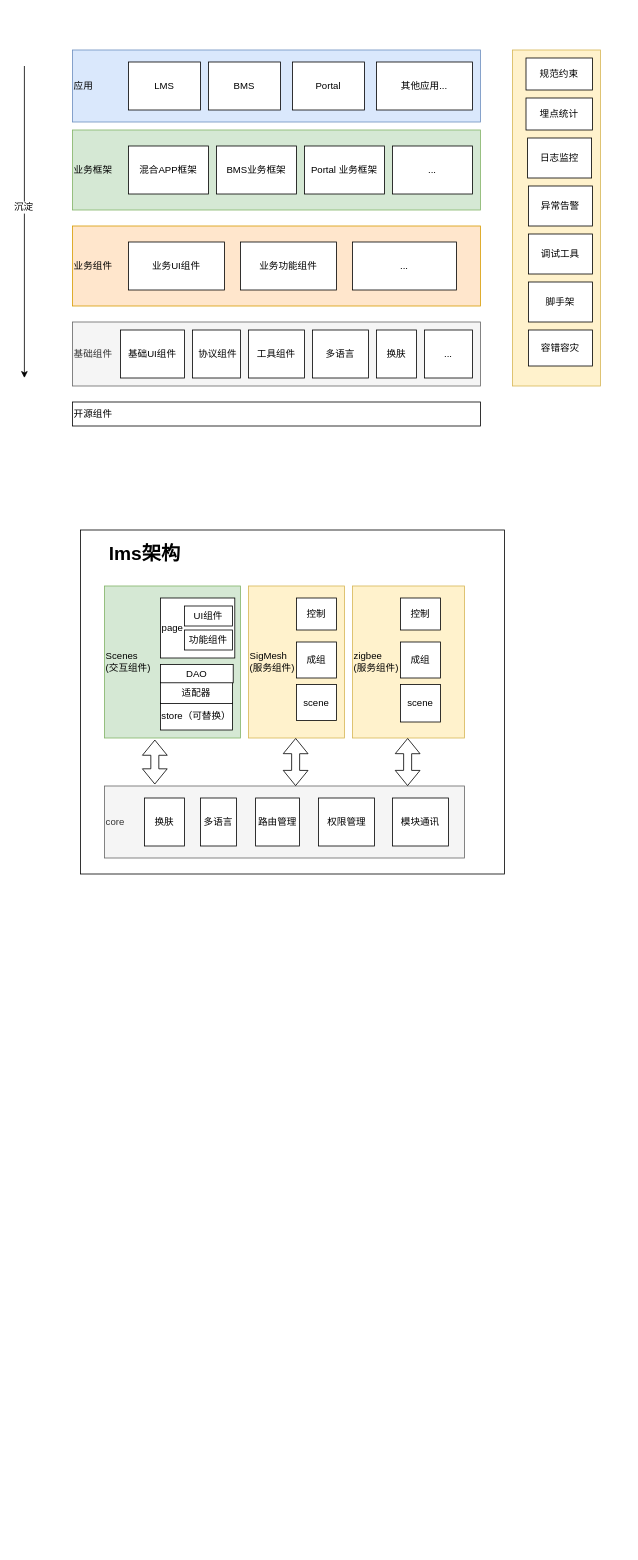
The draw.io diagram Untitled Diagram.drawio in zechau/demos, before the edit. Source tidied: cells renumbered, new cells numbered last; positions are measured from the earlier drawing's top-left corner, leaving out a move shared by most shapes. Both pictures are drawn from the tidied source at 80%, with x=0, y=0 at pixel (24, 50).
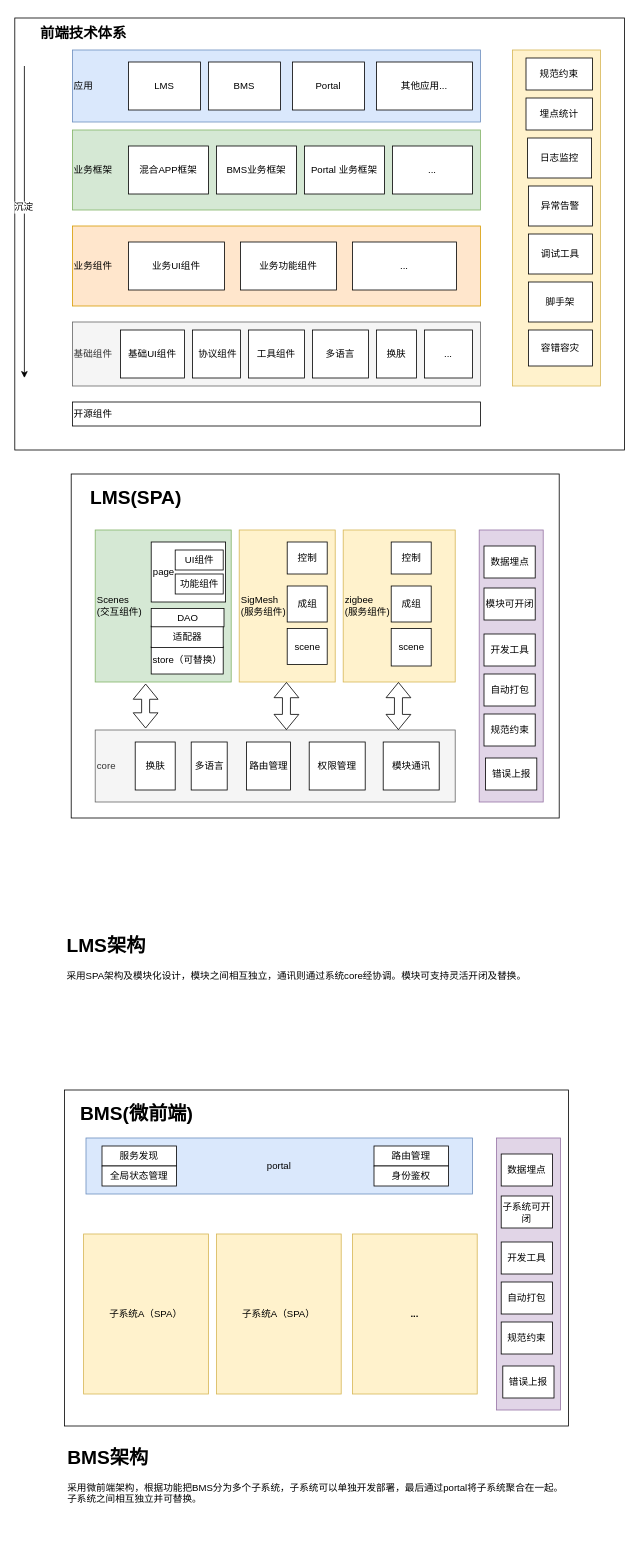
The same page after the edit.

The edit, as a diff of the source:
```diff
@@
-    <mxCell id="2" style="rounded=0;whiteSpace=wrap;html=1;" parent="1" vertex="1">
-      <mxGeometry x="70" y="600" width="530" height="430" as="geometry" />
-    </mxCell>
+    <mxCell id="60" style="rounded=0;whiteSpace=wrap;html=1;" parent="1" vertex="1">
+      <mxGeometry x="-12" y="-40" width="762" height="540" as="geometry" />
+    </mxCell>
@@
+    <mxCell id="47" value="容错容灾" style="rounded=0;whiteSpace=wrap;html=1;" parent="1" vertex="1">
+      <mxGeometry x="630" y="350" width="80" height="45" as="geometry" />
+    </mxCell>
+    <mxCell id="61" style="rounded=0;whiteSpace=wrap;html=1;" parent="1" vertex="1">
+      <mxGeometry x="50" y="1300" width="630" height="420" as="geometry" />
+    </mxCell>
+    <mxCell id="62" value="BMS(微前端)" style="text;strokeColor=none;fillColor=none;html=1;fontSize=24;fontStyle=1;verticalAlign=middle;align=center;" parent="1" vertex="1">
+      <mxGeometry x="90" y="1310" width="100" height="40" as="geometry" />
+    </mxCell>
+    <mxCell id="63" value="portal" style="rounded=0;whiteSpace=wrap;html=1;fillColor=#dae8fc;strokeColor=#6c8ebf;" parent="1" vertex="1">
+      <mxGeometry x="77" y="1360" width="483" height="70" as="geometry" />
+    </mxCell>
+    <mxCell id="64" value="服务发现" style="rounded=0;whiteSpace=wrap;html=1;" parent="1" vertex="1">
+      <mxGeometry x="97" y="1370" width="93" height="25" as="geometry" />
+    </mxCell>
+    <mxCell id="65" value="全局状态管理" style="rounded=0;whiteSpace=wrap;html=1;" parent="1" vertex="1">
+      <mxGeometry x="97" y="1395" width="93" height="25" as="geometry" />
+    </mxCell>
+    <mxCell id="66" value="路由管理" style="rounded=0;whiteSpace=wrap;html=1;" parent="1" vertex="1">
+      <mxGeometry x="437" y="1370" width="93" height="25" as="geometry" />
+    </mxCell>
+    <mxCell id="67" value="身份鉴权" style="rounded=0;whiteSpace=wrap;html=1;" parent="1" vertex="1">
+      <mxGeometry x="437" y="1395" width="93" height="25" as="geometry" />
+    </mxCell>
+    <mxCell id="68" value="子系统A（SPA）" style="rounded=0;whiteSpace=wrap;html=1;fillColor=#fff2cc;strokeColor=#d6b656;" parent="1" vertex="1">
+      <mxGeometry x="74" y="1480" width="156" height="200" as="geometry" />
+    </mxCell>
+    <mxCell id="69" value="子系统A（SPA）" style="rounded=0;whiteSpace=wrap;html=1;fillColor=#fff2cc;strokeColor=#d6b656;" parent="1" vertex="1">
+      <mxGeometry x="240" y="1480" width="156" height="200" as="geometry" />
+    </mxCell>
+    <mxCell id="70" value="&lt;b&gt;...&lt;/b&gt;" style="rounded=0;whiteSpace=wrap;html=1;fillColor=#fff2cc;strokeColor=#d6b656;" parent="1" vertex="1">
+      <mxGeometry x="410" y="1480" width="156" height="200" as="geometry" />
+    </mxCell>
+    <mxCell id="71" style="rounded=0;whiteSpace=wrap;html=1;fillColor=#e1d5e7;strokeColor=#9673a6;" parent="1" vertex="1">
+      <mxGeometry x="590" y="1360" width="80" height="340" as="geometry" />
+    </mxCell>
+    <mxCell id="72" value="数据埋点" style="rounded=0;whiteSpace=wrap;html=1;" parent="1" vertex="1">
+      <mxGeometry x="596" y="1380" width="64" height="40" as="geometry" />
+    </mxCell>
+    <mxCell id="73" value="子系统可开闭" style="rounded=0;whiteSpace=wrap;html=1;" parent="1" vertex="1">
+      <mxGeometry x="596" y="1432.5" width="64" height="40" as="geometry" />
+    </mxCell>
+    <mxCell id="74" value="开发工具" style="rounded=0;whiteSpace=wrap;html=1;" parent="1" vertex="1">
+      <mxGeometry x="596" y="1490" width="64" height="40" as="geometry" />
+    </mxCell>
+    <mxCell id="75" value="自动打包" style="rounded=0;whiteSpace=wrap;html=1;" parent="1" vertex="1">
+      <mxGeometry x="596" y="1540" width="64" height="40" as="geometry" />
+    </mxCell>
+    <mxCell id="76" value="规范约束" style="rounded=0;whiteSpace=wrap;html=1;" parent="1" vertex="1">
+      <mxGeometry x="596" y="1590" width="64" height="40" as="geometry" />
+    </mxCell>
+    <mxCell id="77" value="错误上报" style="rounded=0;whiteSpace=wrap;html=1;" parent="1" vertex="1">
+      <mxGeometry x="598" y="1645" width="64" height="40" as="geometry" />
+    </mxCell>
+    <mxCell id="78" value="&lt;h1&gt;BMS架构&lt;/h1&gt;&lt;p&gt;采用微前端架构，根据功能把BMS分为多个子系统，子系统可以单独开发部署，最后通过portal将子系统聚合在一起。子系统之间相互独立并可替换。&lt;/p&gt;" style="text;html=1;strokeColor=none;fillColor=none;spacing=5;spacingTop=-20;whiteSpace=wrap;overflow=hidden;rounded=0;" parent="1" vertex="1">
+      <mxGeometry x="49" y="1740" width="632" height="130" as="geometry" />
+    </mxCell>
+    <mxCell id="79" style="rounded=0;whiteSpace=wrap;html=1;" parent="1" vertex="1">
+      <mxGeometry x="58.5" y="530" width="610" height="430" as="geometry" />
+    </mxCell>
     <mxCell id="34" value="Scenes&lt;br&gt;(交互组件)" style="rounded=0;whiteSpace=wrap;html=1;align=left;fillColor=#d5e8d4;strokeColor=#82b366;" parent="1" vertex="1">
-      <mxGeometry x="100" y="670" width="170" height="190" as="geometry" />
+      <mxGeometry x="88.5" y="600" width="170" height="190" as="geometry" />
     </mxCell>
     <mxCell id="35" value="page" style="rounded=0;whiteSpace=wrap;html=1;align=left;" parent="1" vertex="1">
-      <mxGeometry x="170" y="685" width="93" height="75" as="geometry" />
+      <mxGeometry x="158.5" y="615" width="93" height="75" as="geometry" />
     </mxCell>
     <mxCell id="36" value="core" style="rounded=0;whiteSpace=wrap;html=1;shadow=0;align=left;fillColor=#f5f5f5;strokeColor=#666666;fontColor=#333333;" parent="1" vertex="1">
-      <mxGeometry x="100" y="920" width="450" height="90" as="geometry" />
+      <mxGeometry x="88.5" y="850" width="450" height="90" as="geometry" />
     </mxCell>
     <mxCell id="37" value="SigMesh&lt;br&gt;(服务组件)" style="rounded=0;whiteSpace=wrap;html=1;align=left;fillColor=#fff2cc;strokeColor=#d6b656;" parent="1" vertex="1">
-      <mxGeometry x="280" y="670" width="120" height="190" as="geometry" />
+      <mxGeometry x="268.5" y="600" width="120" height="190" as="geometry" />
     </mxCell>
-    <mxCell id="38" value="控制" style="rounded=0;whiteSpace=wrap;html=1;shadow=0;glass=0;comic=0;" parent="1" vertex="1">
-      <mxGeometry x="340" y="685" width="50" height="40" as="geometry" />
-    </mxCell>
-    <mxCell id="39" value="成组" style="rounded=0;whiteSpace=wrap;html=1;shadow=0;glass=0;comic=0;" parent="1" vertex="1">
-      <mxGeometry x="340" y="740" width="50" height="45" as="geometry" />
-    </mxCell>
-    <mxCell id="40" value="scene" style="rounded=0;whiteSpace=wrap;html=1;shadow=0;glass=0;comic=0;" parent="1" vertex="1">
-      <mxGeometry x="340" y="793" width="50" height="45" as="geometry" />
-    </mxCell>
+    <mxCell id="80" value="控制" style="rounded=0;whiteSpace=wrap;html=1;shadow=0;glass=0;comic=0;" parent="1" vertex="1">
+      <mxGeometry x="328.5" y="615" width="50" height="40" as="geometry" />
+    </mxCell>
+    <mxCell id="81" value="成组" style="rounded=0;whiteSpace=wrap;html=1;shadow=0;glass=0;comic=0;" parent="1" vertex="1">
+      <mxGeometry x="328.5" y="670" width="50" height="45" as="geometry" />
+    </mxCell>
+    <mxCell id="82" value="scene" style="rounded=0;whiteSpace=wrap;html=1;shadow=0;glass=0;comic=0;" parent="1" vertex="1">
+      <mxGeometry x="328.5" y="723" width="50" height="45" as="geometry" />
+    </mxCell>
     <mxCell id="41" value="换肤" style="rounded=0;whiteSpace=wrap;html=1;shadow=0;glass=0;comic=0;" parent="1" vertex="1">
-      <mxGeometry x="150" y="935" width="50" height="60" as="geometry" />
+      <mxGeometry x="138.5" y="865" width="50" height="60" as="geometry" />
     </mxCell>
     <mxCell id="42" value="多语言" style="rounded=0;whiteSpace=wrap;html=1;shadow=0;glass=0;comic=0;" parent="1" vertex="1">
-      <mxGeometry x="220" y="935" width="45" height="60" as="geometry" />
+      <mxGeometry x="208.5" y="865" width="45" height="60" as="geometry" />
     </mxCell>
     <mxCell id="43" value="zigbee&lt;br&gt;(服务组件)" style="rounded=0;whiteSpace=wrap;html=1;align=left;fillColor=#fff2cc;strokeColor=#d6b656;" parent="1" vertex="1">
-      <mxGeometry x="410" y="670" width="140" height="190" as="geometry" />
+      <mxGeometry x="398.5" y="600" width="140" height="190" as="geometry" />
     </mxCell>
-    <mxCell id="44" value="控制" style="rounded=0;whiteSpace=wrap;html=1;shadow=0;glass=0;comic=0;" parent="1" vertex="1">
-      <mxGeometry x="470" y="685" width="50" height="40" as="geometry" />
-    </mxCell>
-    <mxCell id="45" value="成组" style="rounded=0;whiteSpace=wrap;html=1;shadow=0;glass=0;comic=0;" parent="1" vertex="1">
-      <mxGeometry x="470" y="740" width="50" height="45" as="geometry" />
-    </mxCell>
-    <mxCell id="46" value="scene" style="rounded=0;whiteSpace=wrap;html=1;shadow=0;glass=0;comic=0;" parent="1" vertex="1">
-      <mxGeometry x="470" y="793" width="50" height="47" as="geometry" />
-    </mxCell>
-    <mxCell id="47" value="容错容灾" style="rounded=0;whiteSpace=wrap;html=1;" parent="1" vertex="1">
-      <mxGeometry x="630" y="350" width="80" height="45" as="geometry" />
-    </mxCell>
+    <mxCell id="83" value="控制" style="rounded=0;whiteSpace=wrap;html=1;shadow=0;glass=0;comic=0;" parent="1" vertex="1">
+      <mxGeometry x="458.5" y="615" width="50" height="40" as="geometry" />
+    </mxCell>
+    <mxCell id="84" value="成组" style="rounded=0;whiteSpace=wrap;html=1;shadow=0;glass=0;comic=0;" parent="1" vertex="1">
+      <mxGeometry x="458.5" y="670" width="50" height="45" as="geometry" />
+    </mxCell>
+    <mxCell id="85" value="scene" style="rounded=0;whiteSpace=wrap;html=1;shadow=0;glass=0;comic=0;" parent="1" vertex="1">
+      <mxGeometry x="458.5" y="723" width="50" height="47" as="geometry" />
+    </mxCell>
     <mxCell id="48" value="路由管理" style="rounded=0;whiteSpace=wrap;html=1;shadow=0;glass=0;comic=0;" parent="1" vertex="1">
-      <mxGeometry x="289" y="935" width="55" height="60" as="geometry" />
+      <mxGeometry x="277.5" y="865" width="55" height="60" as="geometry" />
     </mxCell>
     <mxCell id="49" value="权限管理" style="rounded=0;whiteSpace=wrap;html=1;" parent="1" vertex="1">
-      <mxGeometry x="367.5" y="935" width="70" height="60" as="geometry" />
+      <mxGeometry x="356" y="865" width="70" height="60" as="geometry" />
     </mxCell>
     <mxCell id="50" value="模块通讯" style="rounded=0;whiteSpace=wrap;html=1;" parent="1" vertex="1">
-      <mxGeometry x="460" y="935" width="70" height="60" as="geometry" />
+      <mxGeometry x="448.5" y="865" width="70" height="60" as="geometry" />
     </mxCell>
     <mxCell id="51" value="store（可替换）" style="rounded=0;whiteSpace=wrap;html=1;" parent="1" vertex="1">
-      <mxGeometry x="170" y="816" width="90" height="34" as="geometry" />
+      <mxGeometry x="158.5" y="746" width="90" height="34" as="geometry" />
     </mxCell>
     <mxCell id="52" value="适配器" style="rounded=0;whiteSpace=wrap;html=1;" parent="1" vertex="1">
-      <mxGeometry x="170" y="790" width="90" height="27" as="geometry" />
+      <mxGeometry x="158.5" y="720" width="90" height="27" as="geometry" />
     </mxCell>
     <mxCell id="53" value="DAO" style="rounded=0;whiteSpace=wrap;html=1;" parent="1" vertex="1">
-      <mxGeometry x="170" y="768" width="91" height="23" as="geometry" />
+      <mxGeometry x="158.5" y="698" width="91" height="23" as="geometry" />
     </mxCell>
     <mxCell id="54" value="UI组件" style="rounded=0;whiteSpace=wrap;html=1;" parent="1" vertex="1">
-      <mxGeometry x="200" y="695" width="60" height="25" as="geometry" />
+      <mxGeometry x="188.5" y="625" width="60" height="25" as="geometry" />
     </mxCell>
     <mxCell id="55" value="功能组件" style="rounded=0;whiteSpace=wrap;html=1;" parent="1" vertex="1">
-      <mxGeometry x="200" y="725" width="60" height="25" as="geometry" />
+      <mxGeometry x="188.5" y="655" width="60" height="25" as="geometry" />
     </mxCell>
@@
-    <mxCell id="57" style="shape=flexArrow;endArrow=classic;startArrow=classic;html=1;entryX=0.371;entryY=1.011;entryDx=0;entryDy=0;entryPerimeter=0;" parent="1" edge="1">
-      <mxGeometry relative="1" as="geometry">
-        <mxPoint x="339" y="920" as="sourcePoint" />
-        <mxPoint x="339.1" y="860.1" as="targetPoint" />
-      </mxGeometry>
-    </mxCell>
-    <mxCell id="58" style="shape=flexArrow;endArrow=classic;startArrow=classic;html=1;entryX=0.371;entryY=1.011;entryDx=0;entryDy=0;entryPerimeter=0;" parent="1" edge="1">
-      <mxGeometry relative="1" as="geometry">
-        <mxPoint x="479" y="920" as="sourcePoint" />
-        <mxPoint x="479.1" y="860.1" as="targetPoint" />
-      </mxGeometry>
-    </mxCell>
-    <mxCell id="59" value="lms架构" style="text;strokeColor=none;fillColor=none;html=1;fontSize=24;fontStyle=1;verticalAlign=middle;align=center;rounded=0;" parent="1" vertex="1">
-      <mxGeometry x="100" y="610" width="100" height="40" as="geometry" />
-    </mxCell>
+    <mxCell id="86" style="shape=flexArrow;endArrow=classic;startArrow=classic;html=1;entryX=0.371;entryY=1.011;entryDx=0;entryDy=0;entryPerimeter=0;" parent="1" edge="1">
+      <mxGeometry relative="1" as="geometry">
+        <mxPoint x="327.5" y="850" as="sourcePoint" />
+        <mxPoint x="327.6" y="790.1" as="targetPoint" />
+      </mxGeometry>
+    </mxCell>
+    <mxCell id="87" style="shape=flexArrow;endArrow=classic;startArrow=classic;html=1;entryX=0.371;entryY=1.011;entryDx=0;entryDy=0;entryPerimeter=0;" parent="1" edge="1">
+      <mxGeometry relative="1" as="geometry">
+        <mxPoint x="467.5" y="850" as="sourcePoint" />
+        <mxPoint x="467.6" y="790.1" as="targetPoint" />
+      </mxGeometry>
+    </mxCell>
+    <mxCell id="88" value="LMS(SPA)" style="text;strokeColor=none;fillColor=none;html=1;fontSize=24;fontStyle=1;verticalAlign=middle;align=center;rounded=0;" parent="1" vertex="1">
+      <mxGeometry x="88.5" y="540" width="100" height="40" as="geometry" />
+    </mxCell>
+    <mxCell id="89" style="rounded=0;whiteSpace=wrap;html=1;fillColor=#e1d5e7;strokeColor=#9673a6;" parent="1" vertex="1">
+      <mxGeometry x="568.5" y="600" width="80" height="340" as="geometry" />
+    </mxCell>
+    <mxCell id="90" value="数据埋点" style="rounded=0;whiteSpace=wrap;html=1;" parent="1" vertex="1">
+      <mxGeometry x="574.5" y="620" width="64" height="40" as="geometry" />
+    </mxCell>
+    <mxCell id="91" value="模块可开闭" style="rounded=0;whiteSpace=wrap;html=1;" parent="1" vertex="1">
+      <mxGeometry x="574.5" y="672.5" width="64" height="40" as="geometry" />
+    </mxCell>
+    <mxCell id="92" value="开发工具" style="rounded=0;whiteSpace=wrap;html=1;" parent="1" vertex="1">
+      <mxGeometry x="574.5" y="730" width="64" height="40" as="geometry" />
+    </mxCell>
+    <mxCell id="93" value="自动打包" style="rounded=0;whiteSpace=wrap;html=1;" parent="1" vertex="1">
+      <mxGeometry x="574.5" y="780" width="64" height="40" as="geometry" />
+    </mxCell>
+    <mxCell id="94" value="规范约束" style="rounded=0;whiteSpace=wrap;html=1;" parent="1" vertex="1">
+      <mxGeometry x="574.5" y="830" width="64" height="40" as="geometry" />
+    </mxCell>
+    <mxCell id="95" value="错误上报" style="rounded=0;whiteSpace=wrap;html=1;" parent="1" vertex="1">
+      <mxGeometry x="576.5" y="885" width="64" height="40" as="geometry" />
+    </mxCell>
+    <mxCell id="96" value="&lt;h1&gt;LMS架构&lt;/h1&gt;&lt;p&gt;采用SPA架构及模块化设计，模块之间相互独立，通讯则通过系统core经协调。模块可支持灵活开闭及替换。&lt;/p&gt;" style="text;html=1;strokeColor=none;fillColor=none;spacing=5;spacingTop=-20;whiteSpace=wrap;overflow=hidden;rounded=0;" parent="1" vertex="1">
+      <mxGeometry x="48" y="1100" width="612" height="110" as="geometry" />
+    </mxCell>
+    <mxCell id="97" value="&lt;h2&gt;&lt;b&gt;前端技术体系&lt;/b&gt;&lt;/h2&gt;" style="text;html=1;strokeColor=none;fillColor=none;align=center;verticalAlign=middle;whiteSpace=wrap;rounded=0;" parent="1" vertex="1">
+      <mxGeometry x="8" y="-30" width="132" height="20" as="geometry" />
+    </mxCell>
```
